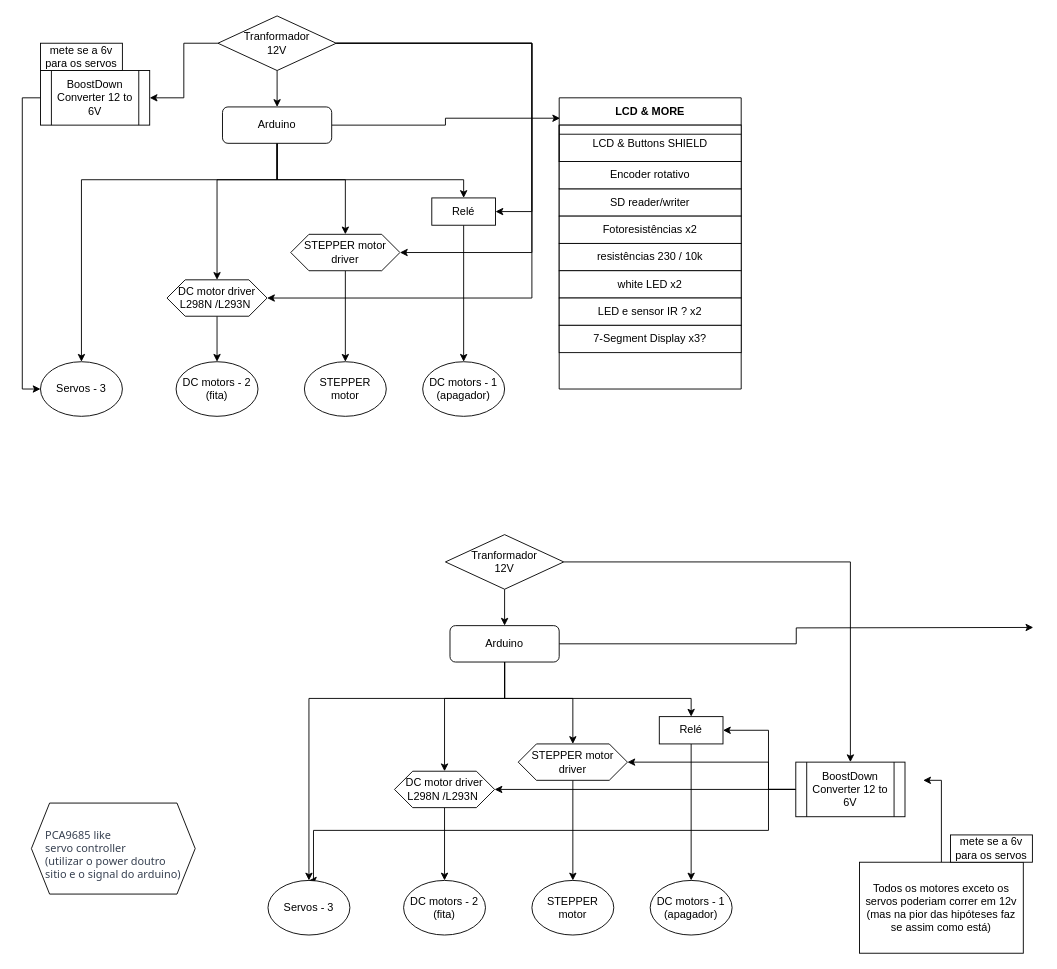
Above: Diagrams/Diagrama sem nome.drawio in HackerSchool/turing (draw.io), before the change. Source tidied: cells renumbered, new cells numbered last; positions are measured from the earlier drawing's top-left corner, leaving out a move shared by most shapes. Both pictures are drawn from the tidied source at 91%, with x=0, y=0 at pixel (22, 15).
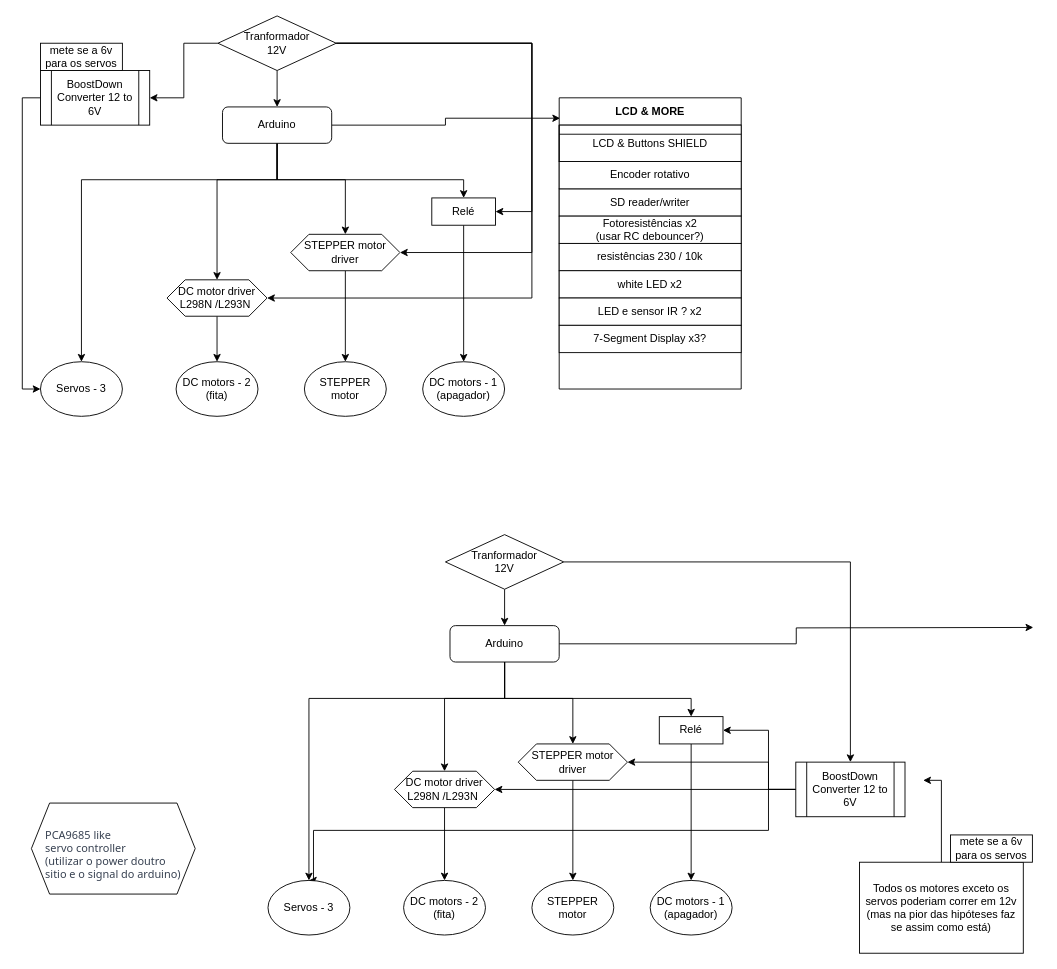
The same page after the edit.

Commit message:
add debouncer in photoresis.

The change refers to these unchanged cells:
```xml
<mxCell id="23" value="LCD &amp;amp; MORE" style="swimlane;whiteSpace=wrap;html=1;startSize=30;" parent="1" vertex="1">
  <mxGeometry x="590" y="90" width="200" height="320" as="geometry" />
</mxCell>
```

Diff of the diagram source:
```diff
@@
-    <mxCell id="27" value="Fotoresistências x2" style="rounded=0;whiteSpace=wrap;html=1;" parent="23" vertex="1">
+    <mxCell id="27" value="Fotoresistências x2&lt;br&gt;(usar RC debouncer?)" style="rounded=0;whiteSpace=wrap;html=1;" parent="23" vertex="1">
       <mxGeometry y="130" width="200" height="30" as="geometry" />
     </mxCell>
```
